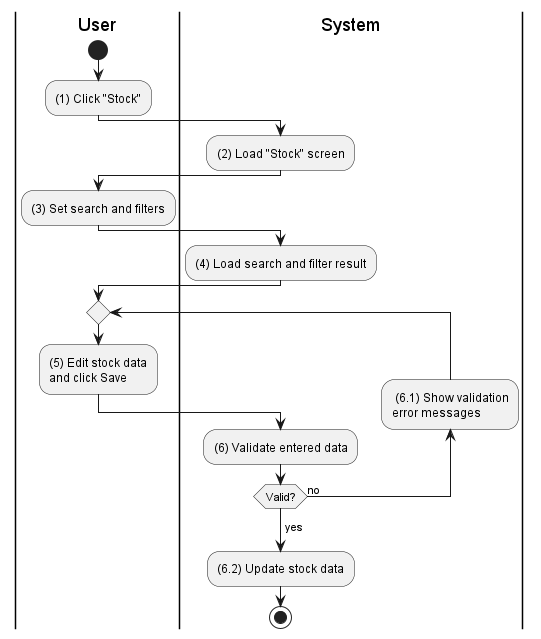
phihungha/scmss-reqs keeps this PlantUML diagram as activities/inventory-stock-manage.png. Above is the earlier version.
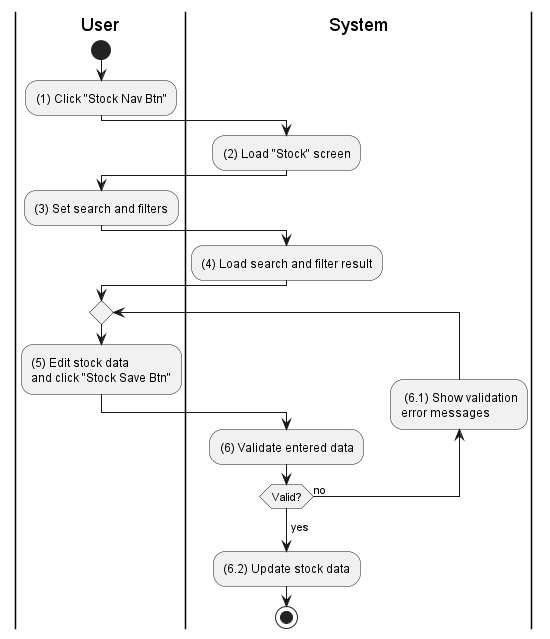
After the change.

Diff of the diagram source:
```diff
@@ -4,7 +4,7 @@
 
 |u|
 start
-:(1) Click "Stock";
+:(1) Click "Stock Nav Btn";
 
 |s|
 :(2) Load "Stock" screen;
@@ -17,7 +17,7 @@
 
 |u|
 repeat
-    :(5) Edit stock data\nand click Save;
+    :(5) Edit stock data\nand click "Stock Save Btn";
 
     |s|
     :(6) Validate entered data;
```
